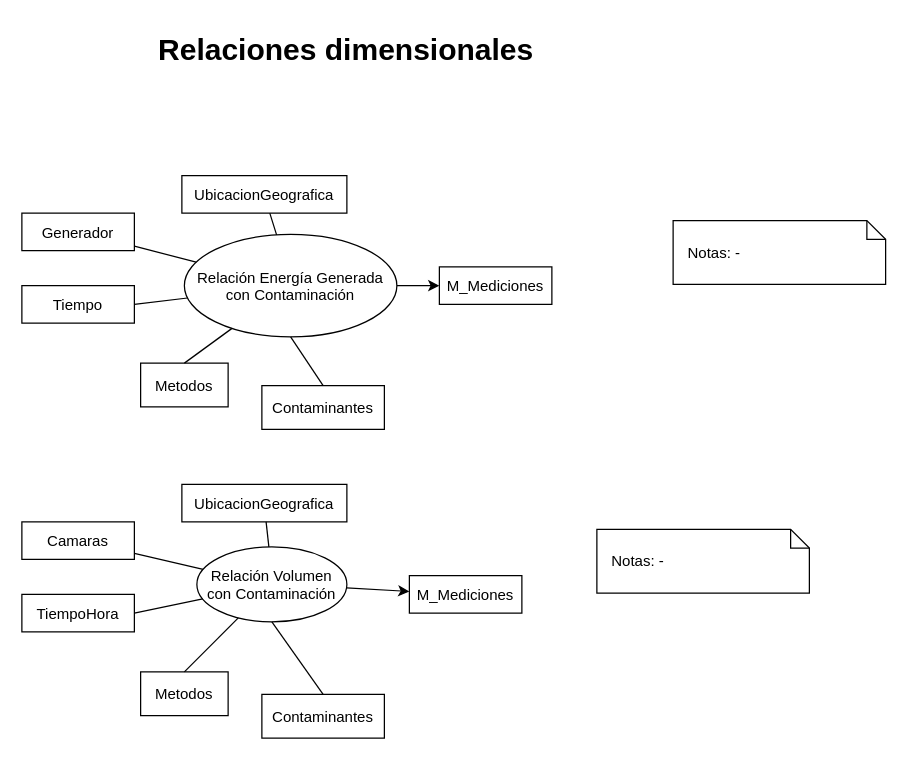
gonzalomelov/dw-calidad-aire-docs keeps this draw.io diagram as 2. Diseño conceptual/Relaciones dimensionales.drawio.xml. Above is the earlier version. Source tidied: cells renumbered, new cells numbered last; positions are measured from the earlier drawing's top-left corner, leaving out a move shared by most shapes. Both pictures are drawn from the tidied source at 125%, with x=0, y=0 at pixel (21, 21).
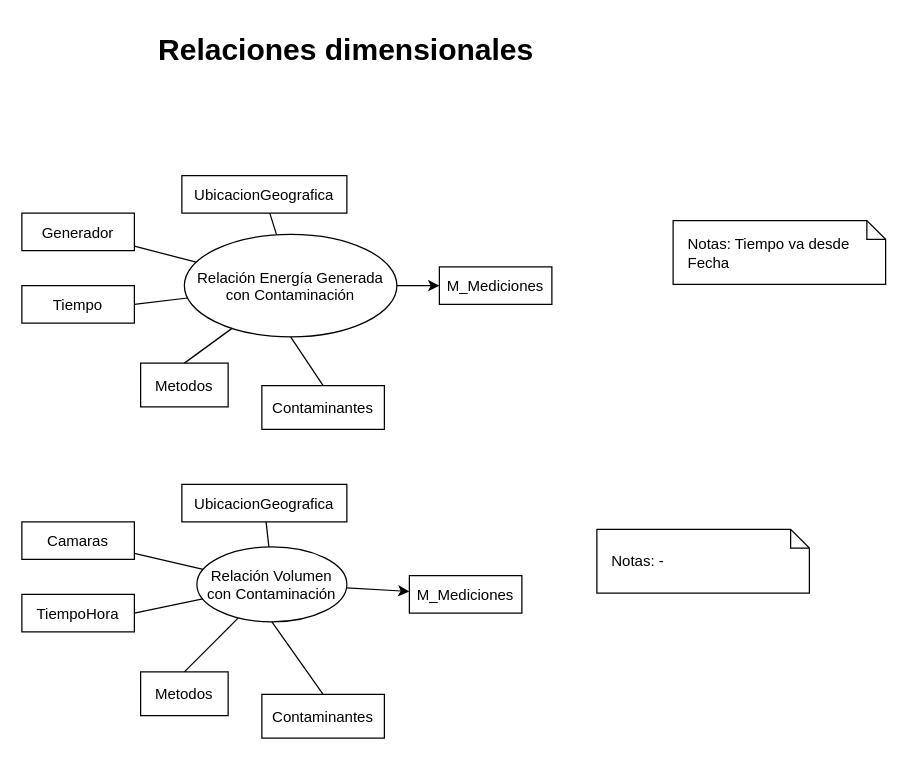
The same page after the edit.

The edit, as a diff of the source:
```diff
@@
-    <mxCell id="16" value="&lt;div&gt;Notas: -&lt;/div&gt;" style="shape=note;size=15;align=left;spacingLeft=10;html=1;whiteSpace=wrap;" parent="1" vertex="1">
+    <mxCell id="16" value="&lt;div&gt;Notas: Tiempo va desde Fecha&lt;/div&gt;" style="shape=note;size=15;align=left;spacingLeft=10;html=1;whiteSpace=wrap;" parent="1" vertex="1">
       <mxGeometry x="521" y="159" width="170" height="51" as="geometry" />
     </mxCell>
```
